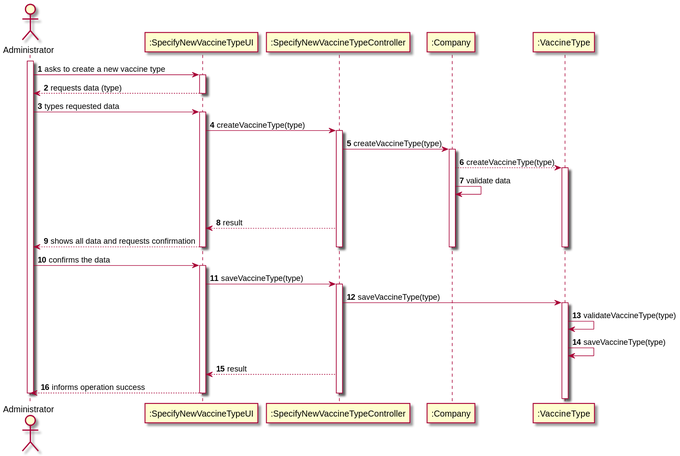
Pirussa/lei-22-s2-1da-g02 keeps this PlantUML diagram as docs/SprintB/US003/US003_SD.svg. Above is the earlier version.
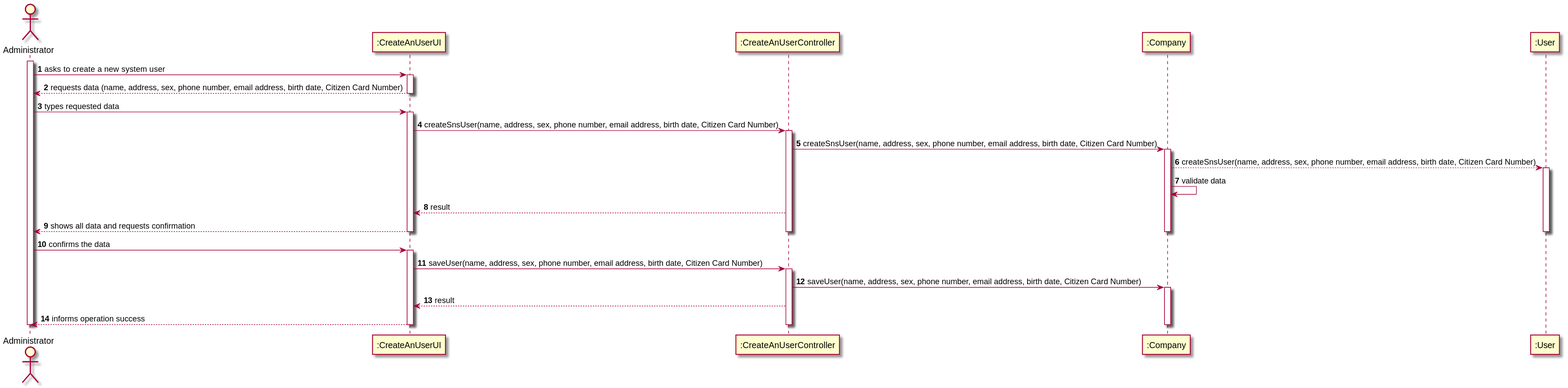
Later version of the same file.

What changed in the source:
```diff
@@ -1,34 +1,36 @@
 @startuml
 autonumber
+
 actor "Administrator" as A
 
-participant ":SpecifyNewVaccineTypeUI" as UI
-participant ":SpecifyNewVaccineTypeController" as CTRL
+participant ":CreateAnUserUI" as UI
+participant ":CreateAnUserController" as CTRL
 participant ":Company" as C
-participant ":VaccineType" as VT
+participant ":User" as U
 
 activate A
-A -> UI : asks to create a new vaccine type
+A -> UI : asks to create a new system user
 activate UI
-UI --> A : requests data (type)
+UI --> A : requests data (name, address, sex, phone number, email address, birth date, Citizen Card Number)
 deactivate UI
 
 A -> UI : types requested data
 activate UI
 
-UI -> CTRL : createVaccineType(type)
+UI -> CTRL : createSnsUser(name, address, sex, phone number, email address, birth date, Citizen Card Number)
 activate CTRL
 
-CTRL -> C : createVaccineType(type)
+CTRL -> C : createSnsUser(name, address, sex, phone number, email address, birth date, Citizen Card Number)
 activate C
-C --> VT : createVaccineType(type)
-activate VT
+C --> U : createSnsUser(name, address, sex, phone number, email address, birth date, Citizen Card Number)
+activate U
 C -> C :  validate data
-|||
+
 CTRL --> UI : result
 
 UI --> A: shows all data and requests confirmation
-deactivate VT
+
+deactivate U
 deactivate C
 deactivate CTRL
 deactivate UI
@@ -36,21 +38,22 @@
 
 A -> UI : confirms the data
 activate UI
-UI -> CTRL : saveVaccineType(type)
+UI -> CTRL : saveUser(name, address, sex, phone number, email address, birth date, Citizen Card Number)
 activate CTRL
-CTRL -> VT : saveVaccineType(type)
-activate VT
+CTRL -> C : saveUser(name, address, sex, phone number, email address, birth date, Citizen Card Number)
+activate C
 
 
-VT -> VT: validateVaccineType(type)
-VT -> VT: saveVaccineType(type)
+
 
 CTRL --> UI: result
 
 UI --> A : informs operation success
+
+deactivate C
 deactivate CTRL
 deactivate UI
-
 deactivate A
 
+
 @enduml
```
